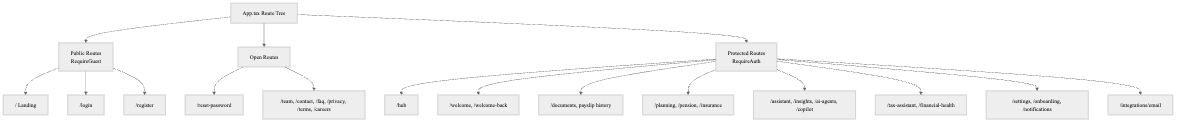
ofek1210/FinGuide keeps this Mermaid diagram as Final_Project_Book/figures/fig07-route-tree.png. Above is the earlier version. Its source is kept beside it as Final_Project_Book/figures/src/fig07-route-tree.mmd.
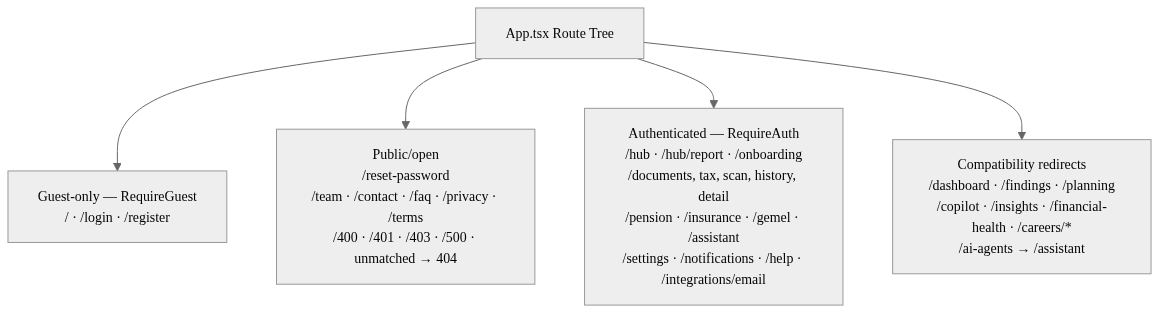
Later version of the same file.

The edit, as a diff of the source:
```diff
@@ -1,22 +1,7 @@
 flowchart TB
   Root["App.tsx Route Tree"]
 
-  Root --> Public["Public Routes\nRequireGuest"]
-  Root --> Open["Open Routes"]
-  Root --> Protected["Protected Routes\nRequireAuth"]
-
-  Public --> Home["/ Landing"]
-  Public --> Login["/login"]
-  Public --> Register["/register"]
-
-  Open --> Reset["/reset-password"]
-  Open --> Marketing["/team, /contact, /faq, /privacy, /terms, /careers"]
-
-  Protected --> Hub["/hub"]
-  Protected --> Welcome["/welcome, /welcome-back"]
-  Protected --> Docs["/documents, payslip history"]
-  Protected --> Finance["/planning, /pension, /insurance"]
-  Protected --> AI["/assistant, /insights, /ai-agents, /copilot"]
-  Protected --> Tools["/tax-assistant, /financial-health"]
-  Protected --> User["/settings, /onboarding, /notifications"]
-  Protected --> Integrations["/integrations/email"]
+  Root --> Public["Guest-only — RequireGuest\n/ · /login · /register"]
+  Root --> Open["Public/open\n/reset-password\n/team · /contact · /faq · /privacy · /terms\n/400 · /401 · /403 · /500 · unmatched → 404"]
+  Root --> Protected["Authenticated — RequireAuth\n/hub · /hub/report · /onboarding\n/documents, tax, scan, history, detail\n/pension · /insurance · /gemel · /assistant\n/settings · /notifications · /help · /integrations/email"]
+  Root --> Redirects["Compatibility redirects\n/dashboard · /findings · /planning\n/copilot · /insights · /financial-health · /careers/*\n/ai-agents → /assistant"]
```
